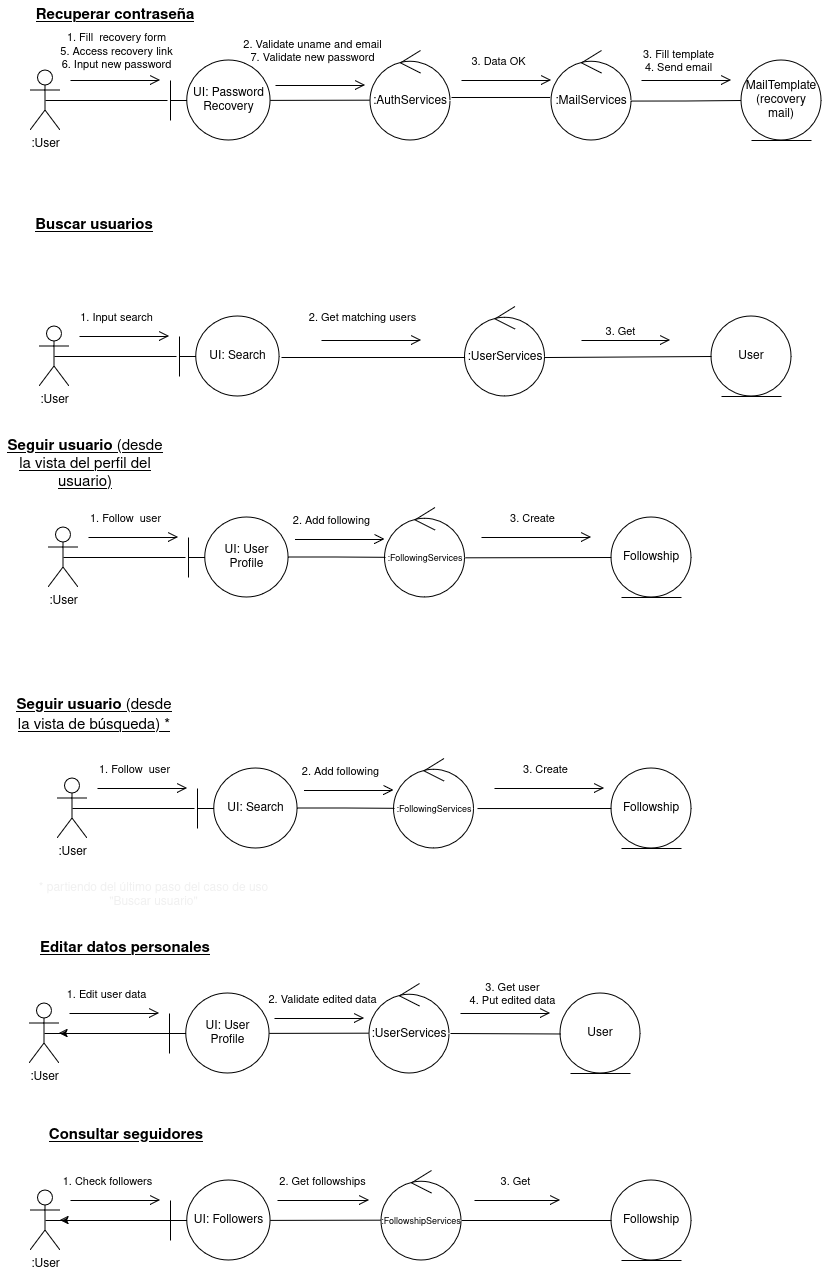
This is 2_Analisis/Diagramas de Análisis (Bruno)/Diagramas de colaboración.png from Bruno-Orbelli/ing_software_grupo_4, a draw.io export, as it was before one commit. Source tidied: cells renumbered, new cells last; positions are measured from the earlier drawing's top-left corner, leaving out a move shared by most shapes.
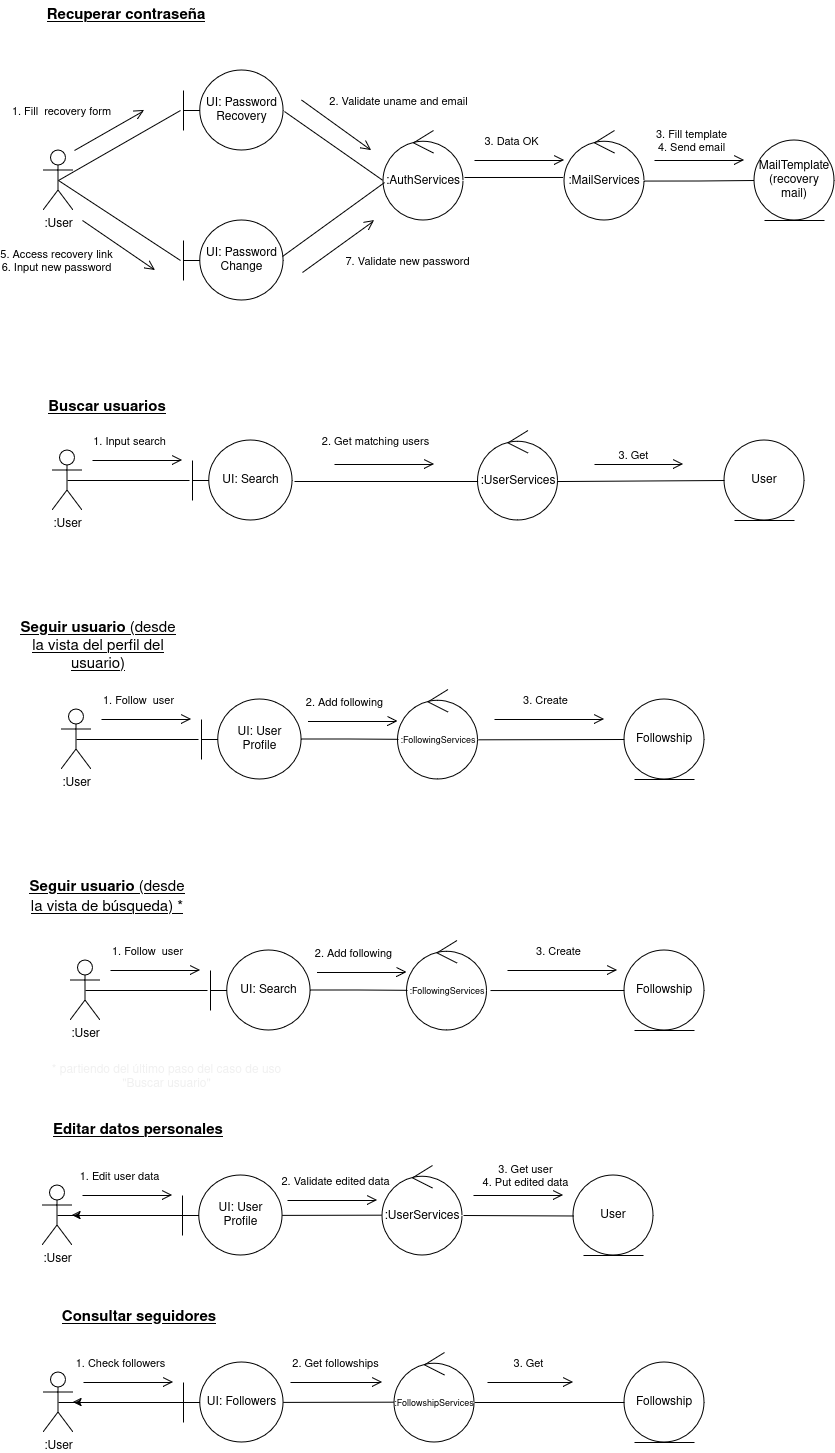
Above is the later version.

Commit message:
New colaboration diagram

Diff of the diagram source:
```diff
@@ -3,58 +3,58 @@
     <mxCell id="0" />
     <mxCell id="1" parent="0" />
     <mxCell id="2" value="&lt;font&gt;UI: Password Recovery&lt;br&gt;&lt;/font&gt;" style="shape=umlBoundary;whiteSpace=wrap;html=1;fillColor=default;strokeWidth=1;strokeColor=default;fontColor=default;" parent="1" vertex="1">
-      <mxGeometry x="170" y="60" width="100" height="80" as="geometry" />
+      <mxGeometry x="170" y="-112" width="100" height="80" as="geometry" />
     </mxCell>
     <mxCell id="3" value=":User" style="shape=umlActor;verticalLabelPosition=bottom;verticalAlign=top;html=1;fillColor=default;strokeColor=default;fontColor=default;" parent="1" vertex="1">
-      <mxGeometry x="30" y="70" width="30" height="60" as="geometry" />
+      <mxGeometry x="30" y="-32" width="30" height="60" as="geometry" />
     </mxCell>
-    <mxCell id="4" style="edgeStyle=orthogonalEdgeStyle;rounded=0;jettySize=auto;html=1;exitX=0.5;exitY=0.5;exitDx=0;exitDy=0;exitPerimeter=0;entryX=-0.03;entryY=0.5;entryDx=0;entryDy=0;entryPerimeter=0;fontColor=#FFFFFF;strokeColor=default;endArrow=none;endFill=0;" parent="1" edge="1" source="3" target="2">
+    <mxCell id="4" style="rounded=0;jettySize=auto;html=1;exitX=0.5;exitY=0.5;exitDx=0;exitDy=0;exitPerimeter=0;entryX=-0.03;entryY=0.5;entryDx=0;entryDy=0;entryPerimeter=0;fontColor=#FFFFFF;strokeColor=default;endArrow=none;endFill=0;" parent="1" edge="1" source="3" target="2">
       <mxGeometry relative="1" as="geometry" />
     </mxCell>
     <mxCell id="5" style="endArrow=open;startArrow=none;endFill=0;startFill=0;endSize=8;html=1;verticalAlign=bottom;labelBackgroundColor=none;strokeWidth=1;rounded=0;strokeColor=default;" parent="1" edge="1">
       <mxGeometry relative="1" as="geometry">
-        <mxPoint x="70" y="80" as="sourcePoint" />
-        <mxPoint x="160" y="80" as="targetPoint" />
+        <mxPoint x="61" y="-32" as="sourcePoint" />
+        <mxPoint x="131" y="-72" as="targetPoint" />
       </mxGeometry>
     </mxCell>
-    <mxCell id="6" value="&lt;div&gt;&lt;font&gt;1. Fill&amp;nbsp; recovery form&lt;/font&gt;&lt;/div&gt;&lt;div&gt;&lt;font&gt;5. Access recovery link&lt;/font&gt;&lt;/div&gt;&lt;div&gt;&lt;font&gt;6. Input new password&lt;br&gt;&lt;/font&gt;&lt;/div&gt;" style="edgeLabel;html=1;align=center;verticalAlign=middle;labelBackgroundColor=none;fontColor=default;" parent="5" vertex="1">
+    <mxCell id="6" value="&lt;div&gt;&lt;font&gt;1. Fill&amp;nbsp; recovery form&lt;/font&gt;&lt;/div&gt;" style="edgeLabel;html=1;align=center;verticalAlign=middle;labelBackgroundColor=none;fontColor=default;" parent="5" vertex="1">
       <mxGeometry x="-0.2" y="2" relative="1" as="geometry">
-        <mxPoint x="9" y="-28" as="offset" />
+        <mxPoint x="-40" y="-22" as="offset" />
       </mxGeometry>
     </mxCell>
     <mxCell id="7" style="endArrow=open;startArrow=none;endFill=0;startFill=0;endSize=8;html=1;verticalAlign=bottom;labelBackgroundColor=none;strokeWidth=1;rounded=0;strokeColor=default;" parent="1" edge="1">
       <mxGeometry relative="1" as="geometry">
-        <mxPoint x="275" y="85" as="sourcePoint" />
-        <mxPoint x="365" y="85" as="targetPoint" />
+        <mxPoint x="289" y="90" as="sourcePoint" />
+        <mxPoint x="361" y="38" as="targetPoint" />
       </mxGeometry>
     </mxCell>
-    <mxCell id="8" value="&lt;div&gt;&lt;font&gt;2. Validate uname and email&lt;/font&gt;&lt;/div&gt;&lt;div&gt;&lt;font&gt;7. Validate new password&lt;br&gt;&lt;/font&gt;&lt;/div&gt;" style="edgeLabel;html=1;align=center;verticalAlign=middle;labelBackgroundColor=none;fontColor=default;" parent="7" vertex="1">
+    <mxCell id="8" value="&lt;div&gt;&lt;font&gt;7. Validate new password&lt;br&gt;&lt;/font&gt;&lt;/div&gt;" style="edgeLabel;html=1;align=center;verticalAlign=middle;labelBackgroundColor=none;fontColor=default;" parent="7" vertex="1">
       <mxGeometry x="-0.2" y="2" relative="1" as="geometry">
-        <mxPoint y="-33" as="offset" />
+        <mxPoint x="76" y="11" as="offset" />
       </mxGeometry>
     </mxCell>
     <mxCell id="9" value="Recuperar contraseña" style="text;html=1;align=center;verticalAlign=middle;whiteSpace=wrap;rounded=0;fontColor=default;fontStyle=5;fontSize=15;" parent="1" vertex="1">
-      <mxGeometry x="30" width="170" height="30" as="geometry" />
+      <mxGeometry x="28" y="-182" width="170" height="30" as="geometry" />
     </mxCell>
     <mxCell id="10" value="&lt;font&gt;UI: Search&lt;br&gt;&lt;/font&gt;" style="shape=umlBoundary;whiteSpace=wrap;html=1;fillColor=default;strokeWidth=1;strokeColor=default;fontColor=default;labelBorderColor=none;" parent="1" vertex="1">
-      <mxGeometry x="179" y="316" width="100" height="80" as="geometry" />
+      <mxGeometry x="179" y="258" width="100" height="80" as="geometry" />
     </mxCell>
     <mxCell id="11" value=":User" style="shape=umlActor;verticalLabelPosition=bottom;verticalAlign=top;html=1;fillColor=default;strokeColor=default;fontColor=default;" parent="1" vertex="1">
-      <mxGeometry x="39" y="326" width="30" height="60" as="geometry" />
+      <mxGeometry x="39" y="268" width="30" height="60" as="geometry" />
     </mxCell>
     <mxCell id="12" style="edgeStyle=orthogonalEdgeStyle;rounded=0;jettySize=auto;html=1;exitX=0.5;exitY=0.5;exitDx=0;exitDy=0;exitPerimeter=0;entryX=-0.03;entryY=0.5;entryDx=0;entryDy=0;entryPerimeter=0;fontColor=default;strokeColor=default;endArrow=none;endFill=0;labelBackgroundColor=default;" parent="1" edge="1" source="11" target="10">
       <mxGeometry relative="1" as="geometry" />
     </mxCell>
     <mxCell id="13" style="rounded=0;orthogonalLoop=1;jettySize=auto;html=1;strokeColor=default;endArrow=none;endFill=0;fontColor=default;labelBackgroundColor=default;" parent="1" edge="1">
       <mxGeometry relative="1" as="geometry">
-        <mxPoint x="281" y="357" as="sourcePoint" />
-        <mxPoint x="471" y="357" as="targetPoint" />
+        <mxPoint x="281" y="299" as="sourcePoint" />
+        <mxPoint x="471" y="299" as="targetPoint" />
       </mxGeometry>
     </mxCell>
     <mxCell id="14" style="endArrow=open;startArrow=none;endFill=0;startFill=0;endSize=8;html=1;verticalAlign=bottom;labelBackgroundColor=none;strokeWidth=1;rounded=0;strokeColor=default;" parent="1" edge="1">
       <mxGeometry relative="1" as="geometry">
-        <mxPoint x="79" y="336" as="sourcePoint" />
-        <mxPoint x="169" y="336" as="targetPoint" />
+        <mxPoint x="79" y="278" as="sourcePoint" />
+        <mxPoint x="169" y="278" as="targetPoint" />
       </mxGeometry>
     </mxCell>
     <mxCell id="15" value="&lt;font&gt;1. Input search&lt;br&gt;&lt;/font&gt;" style="edgeLabel;html=1;align=center;verticalAlign=middle;labelBackgroundColor=none;fontColor=default;" parent="14" vertex="1">
@@ -64,8 +64,8 @@
     </mxCell>
     <mxCell id="16" style="endArrow=open;startArrow=none;endFill=0;startFill=0;endSize=8;html=1;verticalAlign=bottom;labelBackgroundColor=none;strokeWidth=1;rounded=0;strokeColor=default;" parent="1" edge="1">
       <mxGeometry relative="1" as="geometry">
-        <mxPoint x="321" y="340" as="sourcePoint" />
-        <mxPoint x="421" y="340" as="targetPoint" />
+        <mxPoint x="321" y="282" as="sourcePoint" />
+        <mxPoint x="421" y="282" as="targetPoint" />
       </mxGeometry>
     </mxCell>
     <mxCell id="17" value="&lt;font&gt;2. Get matching users&lt;br&gt;&lt;/font&gt;" style="edgeLabel;html=1;align=center;verticalAlign=middle;labelBackgroundColor=none;fontColor=default;" parent="16" vertex="1">
@@ -77,18 +77,18 @@
       <mxGeometry x="9" y="210" width="170" height="30" as="geometry" />
     </mxCell>
     <mxCell id="19" value=":MailServices" style="ellipse;shape=umlControl;whiteSpace=wrap;html=1;fillColor=default;strokeColor=default;fontColor=default;" parent="1" vertex="1">
-      <mxGeometry x="551" y="50" width="80" height="90" as="geometry" />
+      <mxGeometry x="551" y="-52" width="80" height="90" as="geometry" />
     </mxCell>
     <mxCell id="20" value="MailTemplate (recovery mail)" style="ellipse;shape=umlEntity;whiteSpace=wrap;html=1;fillColor=default;strokeColor=default;fontColor=default;" parent="1" vertex="1">
-      <mxGeometry x="741" y="60" width="80" height="80" as="geometry" />
+      <mxGeometry x="741" y="-42" width="80" height="80" as="geometry" />
     </mxCell>
     <mxCell id="21" style="edgeStyle=orthogonalEdgeStyle;rounded=0;jettySize=auto;html=1;entryX=0;entryY=0.506;entryDx=0;entryDy=0;entryPerimeter=0;strokeColor=default;endArrow=none;endFill=0;exitX=1;exitY=0.567;exitDx=0;exitDy=0;exitPerimeter=0;" parent="1" edge="1" source="19" target="20">
       <mxGeometry relative="1" as="geometry" />
     </mxCell>
     <mxCell id="22" style="endArrow=open;startArrow=none;endFill=0;startFill=0;endSize=8;html=1;verticalAlign=bottom;labelBackgroundColor=none;strokeWidth=1;rounded=0;strokeColor=default;" parent="1" edge="1">
       <mxGeometry relative="1" as="geometry">
-        <mxPoint x="641" y="80" as="sourcePoint" />
-        <mxPoint x="731" y="80" as="targetPoint" />
+        <mxPoint x="641" y="-22" as="sourcePoint" />
+        <mxPoint x="731" y="-22" as="targetPoint" />
       </mxGeometry>
     </mxCell>
     <mxCell id="23" value="&lt;div&gt;&lt;font&gt;3. Fill template&lt;/font&gt;&lt;/div&gt;&lt;div&gt;&lt;font&gt;4. Send email&lt;br&gt;&lt;/font&gt;&lt;/div&gt;" style="edgeLabel;html=1;align=center;verticalAlign=middle;labelBackgroundColor=none;fontColor=default;" parent="22" vertex="1">
@@ -97,20 +97,20 @@
       </mxGeometry>
     </mxCell>
     <mxCell id="24" value=":AuthServices" style="ellipse;shape=umlControl;whiteSpace=wrap;html=1;fillColor=default;strokeColor=default;fontColor=default;" parent="1" vertex="1">
-      <mxGeometry x="370" y="50" width="80" height="90" as="geometry" />
+      <mxGeometry x="370" y="-52" width="80" height="90" as="geometry" />
     </mxCell>
-    <mxCell id="25" style="rounded=0;jettySize=auto;html=1;strokeColor=default;endArrow=none;endFill=0;entryX=-0.012;entryY=0.552;entryDx=0;entryDy=0;entryPerimeter=0;" parent="1" edge="1" source="2" target="24">
+    <mxCell id="25" style="rounded=0;jettySize=auto;html=1;strokeColor=default;endArrow=none;endFill=0;entryX=-0.012;entryY=0.552;entryDx=0;entryDy=0;entryPerimeter=0;exitX=1.01;exitY=0.513;exitDx=0;exitDy=0;exitPerimeter=0;" parent="1" edge="1" source="2" target="24">
       <mxGeometry relative="1" as="geometry" />
     </mxCell>
     <mxCell id="26" style="rounded=0;jettySize=auto;html=1;entryX=-0.017;entryY=0.522;entryDx=0;entryDy=0;entryPerimeter=0;endArrow=none;endFill=0;strokeColor=default;" parent="1" edge="1" target="19">
       <mxGeometry relative="1" as="geometry">
-        <mxPoint x="451" y="97" as="sourcePoint" />
+        <mxPoint x="451" y="-5" as="sourcePoint" />
       </mxGeometry>
     </mxCell>
     <mxCell id="27" style="endArrow=open;startArrow=none;endFill=0;startFill=0;endSize=8;html=1;verticalAlign=bottom;labelBackgroundColor=none;strokeWidth=1;rounded=0;strokeColor=default;" parent="1" edge="1">
       <mxGeometry relative="1" as="geometry">
-        <mxPoint x="461" y="80" as="sourcePoint" />
-        <mxPoint x="551" y="80" as="targetPoint" />
+        <mxPoint x="461" y="-22" as="sourcePoint" />
+        <mxPoint x="551" y="-22" as="targetPoint" />
       </mxGeometry>
     </mxCell>
     <mxCell id="28" value="&lt;font&gt;3. Data OK&lt;br&gt;&lt;/font&gt;" style="edgeLabel;html=1;align=center;verticalAlign=middle;labelBackgroundColor=none;fontColor=default;" parent="27" vertex="1">
@@ -119,15 +119,15 @@
       </mxGeometry>
     </mxCell>
     <mxCell id="29" value="User" style="ellipse;shape=umlEntity;whiteSpace=wrap;html=1;fillColor=default;strokeColor=default;fontColor=default;labelBorderColor=none;" parent="1" vertex="1">
-      <mxGeometry x="711" y="316" width="80" height="80" as="geometry" />
+      <mxGeometry x="711" y="258" width="80" height="80" as="geometry" />
     </mxCell>
     <mxCell id="30" style="rounded=0;jettySize=auto;html=1;strokeColor=default;endArrow=none;endFill=0;entryX=0;entryY=0.5;entryDx=0;entryDy=0;fontColor=default;labelBackgroundColor=default;exitX=0.994;exitY=0.567;exitDx=0;exitDy=0;exitPerimeter=0;" parent="1" edge="1" source="88" target="29">
       <mxGeometry relative="1" as="geometry" />
     </mxCell>
     <mxCell id="31" style="endArrow=open;startArrow=none;endFill=0;startFill=0;endSize=8;html=1;verticalAlign=bottom;labelBackgroundColor=none;strokeWidth=1;rounded=0;strokeColor=default;" parent="1" edge="1">
       <mxGeometry relative="1" as="geometry">
-        <mxPoint x="581" y="340" as="sourcePoint" />
-        <mxPoint x="670" y="340" as="targetPoint" />
+        <mxPoint x="581" y="282" as="sourcePoint" />
+        <mxPoint x="670" y="282" as="targetPoint" />
       </mxGeometry>
     </mxCell>
     <mxCell id="32" value="3. Get" style="edgeLabel;html=1;align=center;verticalAlign=middle;labelBackgroundColor=none;fontColor=default;" parent="31" vertex="1">
@@ -360,7 +360,7 @@
       <mxGeometry relative="1" as="geometry" />
     </mxCell>
     <mxCell id="88" value=":UserServices" style="ellipse;shape=umlControl;whiteSpace=wrap;html=1;fillColor=default;strokeColor=default;fontColor=default;labelBorderColor=none;" parent="1" vertex="1">
-      <mxGeometry x="464.5" y="306" width="80" height="90" as="geometry" />
+      <mxGeometry x="464.5" y="248" width="80" height="90" as="geometry" />
     </mxCell>
     <mxCell id="89" style="rounded=0;jettySize=auto;html=1;entryX=0;entryY=0.5;entryDx=0;entryDy=0;exitX=1.044;exitY=0.556;exitDx=0;exitDy=0;exitPerimeter=0;strokeColor=default;endArrow=none;endFill=0;" parent="1" edge="1" source="68" target="92">
       <mxGeometry relative="1" as="geometry" />
@@ -379,5 +379,36 @@
     <mxCell id="92" value="Followship" style="ellipse;shape=umlEntity;whiteSpace=wrap;html=1;fillColor=default;strokeColor=default;fontColor=default;labelBorderColor=none;" parent="1" vertex="1">
       <mxGeometry x="611" y="768" width="80" height="80" as="geometry" />
     </mxCell>
+    <mxCell id="93" value="&lt;font&gt;UI: Password Change&lt;br&gt;&lt;/font&gt;" style="shape=umlBoundary;whiteSpace=wrap;html=1;fillColor=default;strokeWidth=1;strokeColor=default;fontColor=default;" parent="1" vertex="1">
+      <mxGeometry x="170" y="38" width="100" height="80" as="geometry" />
+    </mxCell>
+    <mxCell id="94" style="rounded=0;jettySize=auto;html=1;strokeColor=default;endArrow=none;endFill=0;entryX=0.013;entryY=0.578;entryDx=0;entryDy=0;entryPerimeter=0;exitX=0.99;exitY=0.45;exitDx=0;exitDy=0;exitPerimeter=0;" parent="1" edge="1" source="93" target="24">
+      <mxGeometry relative="1" as="geometry" />
+    </mxCell>
+    <mxCell id="95" style="rounded=0;jettySize=auto;html=1;entryX=-0.03;entryY=0.5;entryDx=0;entryDy=0;entryPerimeter=0;fontColor=#FFFFFF;strokeColor=default;endArrow=none;endFill=0;exitX=0.5;exitY=0.5;exitDx=0;exitDy=0;exitPerimeter=0;" parent="1" edge="1" source="3" target="93">
+      <mxGeometry relative="1" as="geometry" />
+    </mxCell>
+    <mxCell id="96" style="endArrow=open;startArrow=none;endFill=0;startFill=0;endSize=8;html=1;verticalAlign=bottom;labelBackgroundColor=none;strokeWidth=1;rounded=0;strokeColor=default;" parent="1" edge="1">
+      <mxGeometry relative="1" as="geometry">
+        <mxPoint x="69" y="38" as="sourcePoint" />
+        <mxPoint x="142" y="88" as="targetPoint" />
+      </mxGeometry>
+    </mxCell>
+    <mxCell id="97" value="&lt;div&gt;&lt;font&gt;5. Access recovery link&lt;/font&gt;&lt;/div&gt;&lt;div&gt;&lt;font&gt;6. Input new password&lt;/font&gt;&lt;/div&gt;" style="edgeLabel;html=1;align=center;verticalAlign=middle;labelBackgroundColor=none;fontColor=default;" parent="96" vertex="1">
+      <mxGeometry x="-0.2" y="2" relative="1" as="geometry">
+        <mxPoint x="-57" y="22" as="offset" />
+      </mxGeometry>
+    </mxCell>
+    <mxCell id="98" style="endArrow=open;startArrow=none;endFill=0;startFill=0;endSize=8;html=1;verticalAlign=bottom;labelBackgroundColor=none;strokeWidth=1;rounded=0;strokeColor=default;" parent="1" edge="1">
+      <mxGeometry relative="1" as="geometry">
+        <mxPoint x="288" y="-82.5" as="sourcePoint" />
+        <mxPoint x="358" y="-32" as="targetPoint" />
+      </mxGeometry>
+    </mxCell>
+    <mxCell id="99" value="&lt;div&gt;&lt;font&gt;2. Validate uname and email&lt;/font&gt;&lt;/div&gt;" style="edgeLabel;html=1;align=center;verticalAlign=middle;labelBackgroundColor=none;fontColor=default;" parent="98" vertex="1">
+      <mxGeometry x="-0.2" y="2" relative="1" as="geometry">
+        <mxPoint x="67" y="-18" as="offset" />
+      </mxGeometry>
+    </mxCell>
   </root>
 </mxGraphModel>
```
